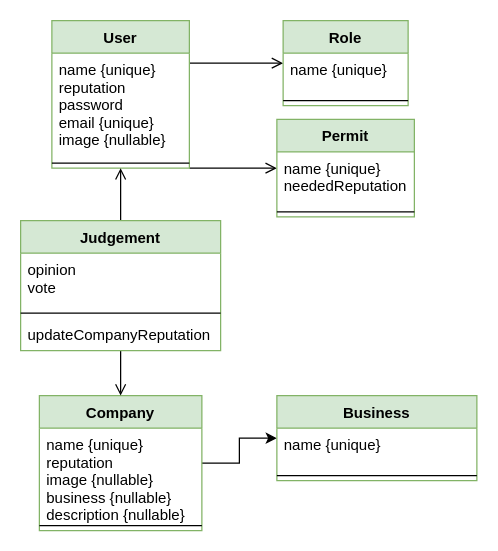
Earlier version of the draw.io diagram Design/Class diagram.drawio (alvaroscelza/Claims-and-Complaints). Source tidied: cells renumbered, new cells numbered last; positions are measured from the earlier drawing's top-left corner, leaving out a move shared by most shapes. Both pictures are drawn from the tidied source at 125%, with x=0, y=0 at pixel (20, 20).
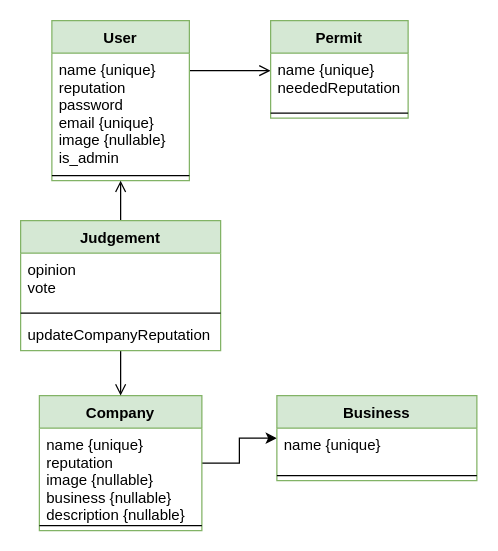
After the change.

Diff of the diagram source:
```diff
@@
-    <mxCell id="2" style="edgeStyle=orthogonalEdgeStyle;rounded=0;jettySize=auto;html=1;endArrow=open;endFill=0;strokeWidth=1;endSize=7;" parent="1" edge="1" source="4" target="7">
-      <mxGeometry relative="1" as="geometry">
-        <Array as="points">
-          <mxPoint x="160" y="34" />
-          <mxPoint x="160" y="34" />
-        </Array>
-      </mxGeometry>
-    </mxCell>
     <mxCell id="3" style="edgeStyle=orthogonalEdgeStyle;rounded=0;jettySize=auto;html=1;endArrow=open;endFill=0;endSize=7;strokeWidth=1;" parent="1" edge="1" source="4" target="20">
       <mxGeometry relative="1" as="geometry">
         <Array as="points">
-          <mxPoint x="160" y="118" />
-          <mxPoint x="160" y="118" />
+          <mxPoint x="160" y="40" />
+          <mxPoint x="160" y="40" />
         </Array>
       </mxGeometry>
     </mxCell>
     <mxCell id="4" value="User" style="swimlane;fontStyle=1;align=center;verticalAlign=top;horizontal=1;startSize=26;fillColor=#d5e8d4;strokeColor=#82b366;" parent="1" vertex="1">
-      <mxGeometry x="25" width="110" height="118" as="geometry" />
+      <mxGeometry x="25" width="110" height="128" as="geometry" />
     </mxCell>
-    <mxCell id="5" value="name {unique}&#10;reputation&#10;password&#10;email {unique}&#10;image {nullable}&#10;" style="text;strokeColor=none;fillColor=none;align=left;verticalAlign=top;spacingLeft=4;spacingRight=4;overflow=hidden;" parent="4" vertex="1">
-      <mxGeometry y="26" width="110" height="84" as="geometry" />
+    <mxCell id="5" value="name {unique}&#10;reputation&#10;password&#10;email {unique}&#10;image {nullable}&#10;is_admin&#10;" style="text;strokeColor=none;fillColor=none;align=left;verticalAlign=top;spacingLeft=4;spacingRight=4;overflow=hidden;" parent="4" vertex="1">
+      <mxGeometry y="26" width="110" height="94" as="geometry" />
     </mxCell>
     <mxCell id="6" style="line;strokeWidth=1;fillColor=none;align=left;verticalAlign=middle;spacingTop=-1;spacingLeft=3;spacingRight=3;labelPosition=right;" parent="4" vertex="1">
-      <mxGeometry y="110" width="110" height="8" as="geometry" />
+      <mxGeometry y="120" width="110" height="8" as="geometry" />
     </mxCell>
-    <mxCell id="7" value="Role" style="swimlane;fontStyle=1;align=center;verticalAlign=top;horizontal=1;startSize=26;fillColor=#d5e8d4;strokeColor=#82b366;" parent="1" vertex="1">
-      <mxGeometry x="210" width="100" height="68" as="geometry" />
-    </mxCell>
-    <mxCell id="8" value="name {unique}&#10;" style="text;strokeColor=none;fillColor=none;align=left;verticalAlign=top;spacingLeft=4;spacingRight=4;overflow=hidden;" parent="7" vertex="1">
-      <mxGeometry y="26" width="100" height="34" as="geometry" />
-    </mxCell>
-    <mxCell id="9" style="line;strokeWidth=1;fillColor=none;align=left;verticalAlign=middle;spacingTop=-1;spacingLeft=3;spacingRight=3;labelPosition=right;" parent="7" vertex="1">
-      <mxGeometry y="60" width="100" height="8" as="geometry" />
-    </mxCell>
@@
     <mxCell id="20" value="Permit" style="swimlane;fontStyle=1;align=center;verticalAlign=top;horizontal=1;startSize=26;fillColor=#d5e8d4;strokeColor=#82b366;" parent="1" vertex="1">
-      <mxGeometry x="205" y="79" width="110" height="78" as="geometry" />
+      <mxGeometry x="200" width="110" height="78" as="geometry" />
     </mxCell>
```
